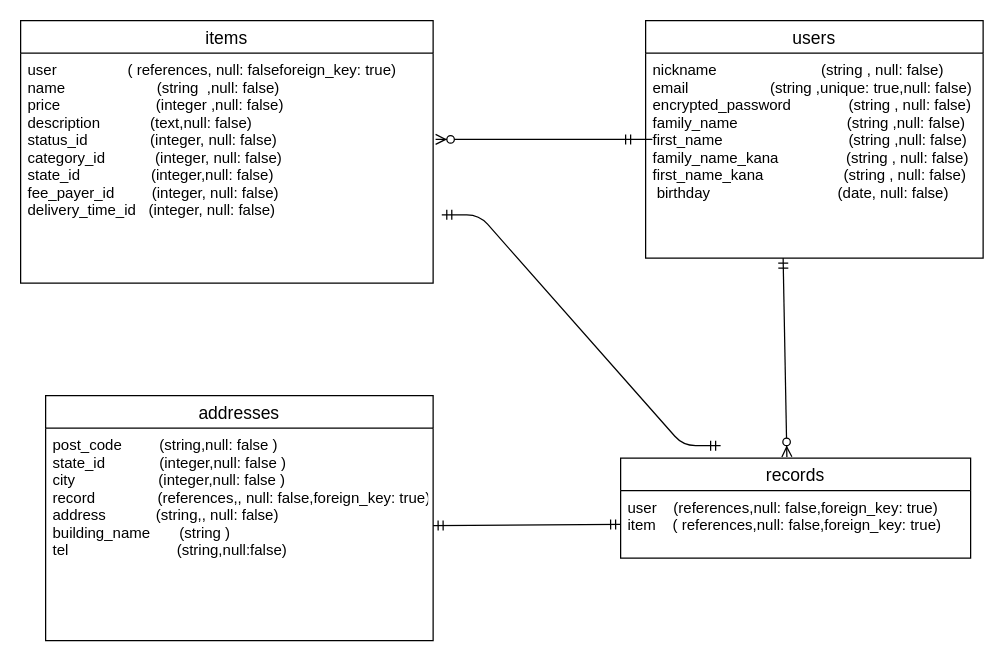
Earlier version of the draw.io diagram test.dio (yudaiishiyama/furima-38009). Source tidied: cells renumbered, new cells numbered last; positions are measured from the earlier drawing's top-left corner, leaving out a move shared by most shapes. Both pictures are drawn from the tidied source at 125%, with x=0, y=0 at pixel (20, 20).
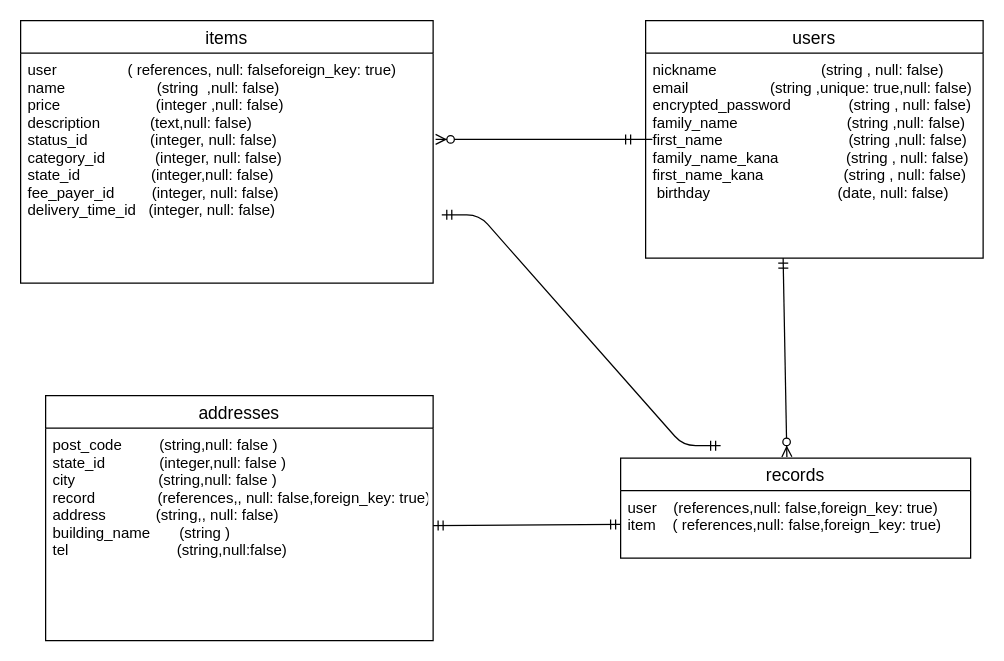
The same page after the edit.

What changed in the source:
```diff
@@
 <mxGraphModel>
   <root>
     <mxCell id="0" />
     <mxCell id="1" parent="0" />
     <mxCell id="2" value="addresses" style="swimlane;fontStyle=0;horizontal=1;startSize=26;align=center;fontSize=14;" parent="1" vertex="1">
       <mxGeometry x="20" y="300" width="310" height="196" as="geometry" />
     </mxCell>
-    <mxCell id="3" value="post_code         (string,null: false )&#10;state_id             (integer,null: false )&#10;city                    (integer,null: false )&#10;record               (references,, null: false,foreign_key: true)&#10;address            (string,, null: false)&#10;building_name       (string )&#10;tel                          (string,null:false)" style="text;strokeColor=none;fillColor=none;spacingLeft=4;spacingRight=4;overflow=hidden;fontSize=12;" parent="2" vertex="1">
+    <mxCell id="3" value="post_code         (string,null: false )&#10;state_id             (integer,null: false )&#10;city                    (string,null: false )&#10;record               (references,, null: false,foreign_key: true)&#10;address            (string,, null: false)&#10;building_name       (string )&#10;tel                          (string,null:false)" style="text;strokeColor=none;fillColor=none;spacingLeft=4;spacingRight=4;overflow=hidden;fontSize=12;" parent="2" vertex="1">
       <mxGeometry y="26" width="310" height="170" as="geometry" />
     </mxCell>
     <mxCell id="4" value="records" style="swimlane;fontStyle=0;horizontal=1;startSize=26;align=center;fontSize=14;" parent="1" vertex="1">
       <mxGeometry x="480" y="350" width="280" height="80" as="geometry" />
     </mxCell>
     <mxCell id="5" value="user    (references,null: false,foreign_key: true)&#10;item    ( references,null: false,foreign_key: true)" style="text;strokeColor=none;fillColor=none;spacingLeft=4;spacingRight=4;overflow=hidden;points=[[0,0.5],[1,0.5]];portConstraint=eastwest;fontSize=12;" parent="4" vertex="1">
       <mxGeometry y="26" width="280" height="54" as="geometry" />
     </mxCell>
     <mxCell id="6" value="users" style="swimlane;fontStyle=0;horizontal=1;startSize=26;align=center;fontSize=14;" parent="1" vertex="1">
       <mxGeometry x="500" width="270" height="190" as="geometry" />
     </mxCell>
     <mxCell id="7" value="nickname                         (string , null: false)&#10;email               　 (string ,unique: true,null: false)&#10;encrypted_password   　　　(string , null: false)&#10;family_name                  　　 (string ,null: false)&#10;first_name                       　　(string ,null: false)&#10;family_name_kana         　　(string , null: false)&#10;first_name_kana           　　 (string , null: false)&#10; birthday                          　 (date, null: false)&#10;" style="text;strokeColor=none;fillColor=none;spacingLeft=4;spacingRight=4;overflow=hidden;fontSize=12;" parent="6" vertex="1">
       <mxGeometry y="26" width="270" height="164" as="geometry" />
     </mxCell>
     <mxCell id="8" value="items" style="swimlane;fontStyle=0;horizontal=1;startSize=26;align=center;fontSize=14;" parent="1" vertex="1">
       <mxGeometry width="330" height="210" as="geometry" />
     </mxCell>
     <mxCell id="9" value=" user                 ( references, null: falseforeign_key: true)&#10; name                      (string  ,null: false)&#10; price                       (integer ,null: false)&#10; description            (text,null: false)&#10;status_id               (integer, null: false)&#10;category_id            (integer, null: false)&#10; state_id                 (integer,null: false)&#10; fee_payer_id         (integer, null: false)&#10; delivery_time_id   (integer, null: false)" style="text;strokeColor=none;fillColor=none;spacingLeft=4;spacingRight=4;overflow=hidden;points=[[0,0.5],[1,0.5]];portConstraint=eastwest;fontSize=12;" parent="8" vertex="1">
       <mxGeometry y="26" width="330" height="184" as="geometry" />
     </mxCell>
     <mxCell id="10" style="edgeStyle=entityRelationEdgeStyle;fontSize=12;html=1;endArrow=ERzeroToMany;startArrow=ERmandOne;entryX=1.006;entryY=0.375;entryDx=0;entryDy=0;entryPerimeter=0;" parent="1" edge="1" target="9">
       <mxGeometry relative="1" as="geometry">
         <mxPoint x="480" y="95" as="sourcePoint" />
       </mxGeometry>
     </mxCell>
     <mxCell id="11" style="fontSize=12;html=1;endArrow=ERzeroToMany;startArrow=ERmandOne;entryX=0.475;entryY=-0.012;entryDx=0;entryDy=0;entryPerimeter=0;" parent="1" edge="1" target="4">
       <mxGeometry relative="1" as="geometry">
         <mxPoint x="610" y="190" as="sourcePoint" />
       </mxGeometry>
     </mxCell>
     <mxCell id="12" style="edgeStyle=entityRelationEdgeStyle;fontSize=12;html=1;endArrow=ERmandOne;startArrow=ERmandOne;exitX=1.021;exitY=0.703;exitDx=0;exitDy=0;exitPerimeter=0;" parent="1" edge="1" source="9">
       <mxGeometry relative="1" as="geometry">
         <mxPoint x="560" y="340" as="targetPoint" />
       </mxGeometry>
     </mxCell>
     <mxCell id="13" style="fontSize=12;html=1;endArrow=ERmandOne;startArrow=ERmandOne;entryX=0;entryY=0.5;entryDx=0;entryDy=0;" parent="1" edge="1" target="5">
       <mxGeometry relative="1" as="geometry">
         <mxPoint x="330" y="404" as="sourcePoint" />
       </mxGeometry>
     </mxCell>
   </root>
 </mxGraphModel>
```
